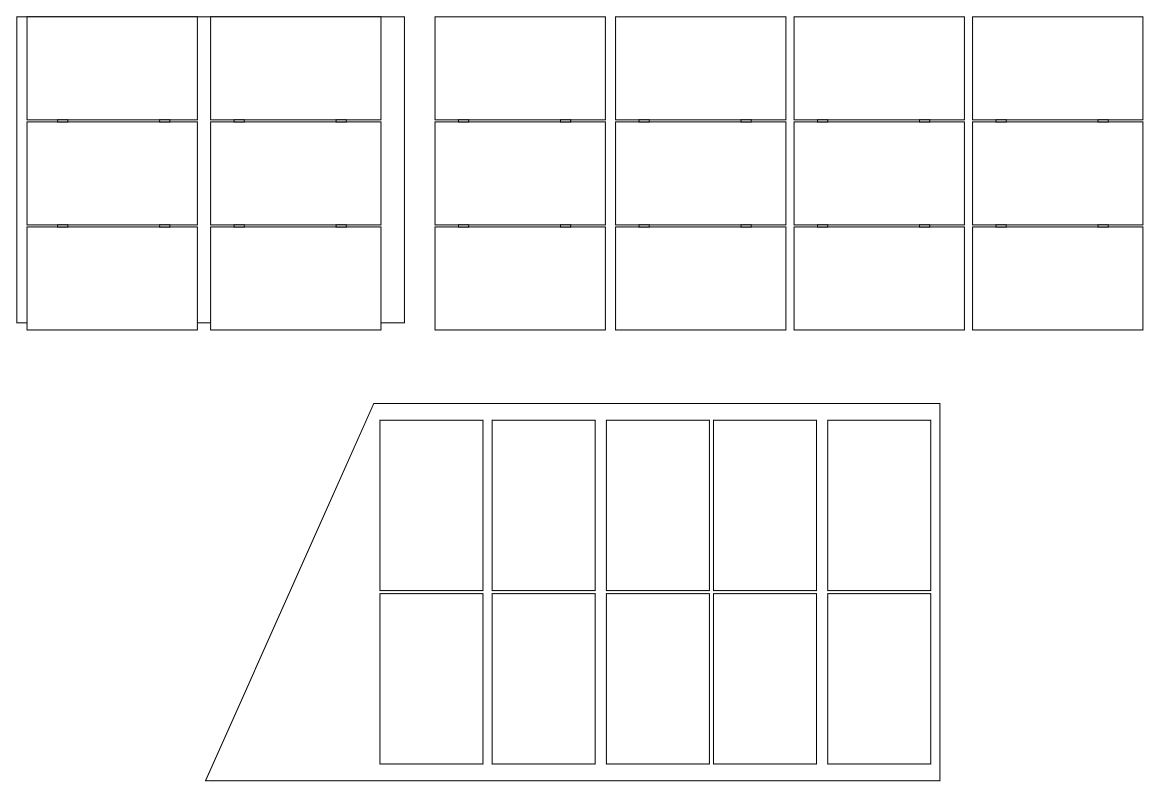
Before: Solar.drawio in BenjiU/Solar, a draw.io diagram. Source tidied: cells renumbered, new cells numbered last; positions are measured from the earlier drawing's top-left corner, leaving out a move shared by most shapes. Both pictures are drawn from the tidied source at 102%, with x=0, y=0 at pixel (16, 16).
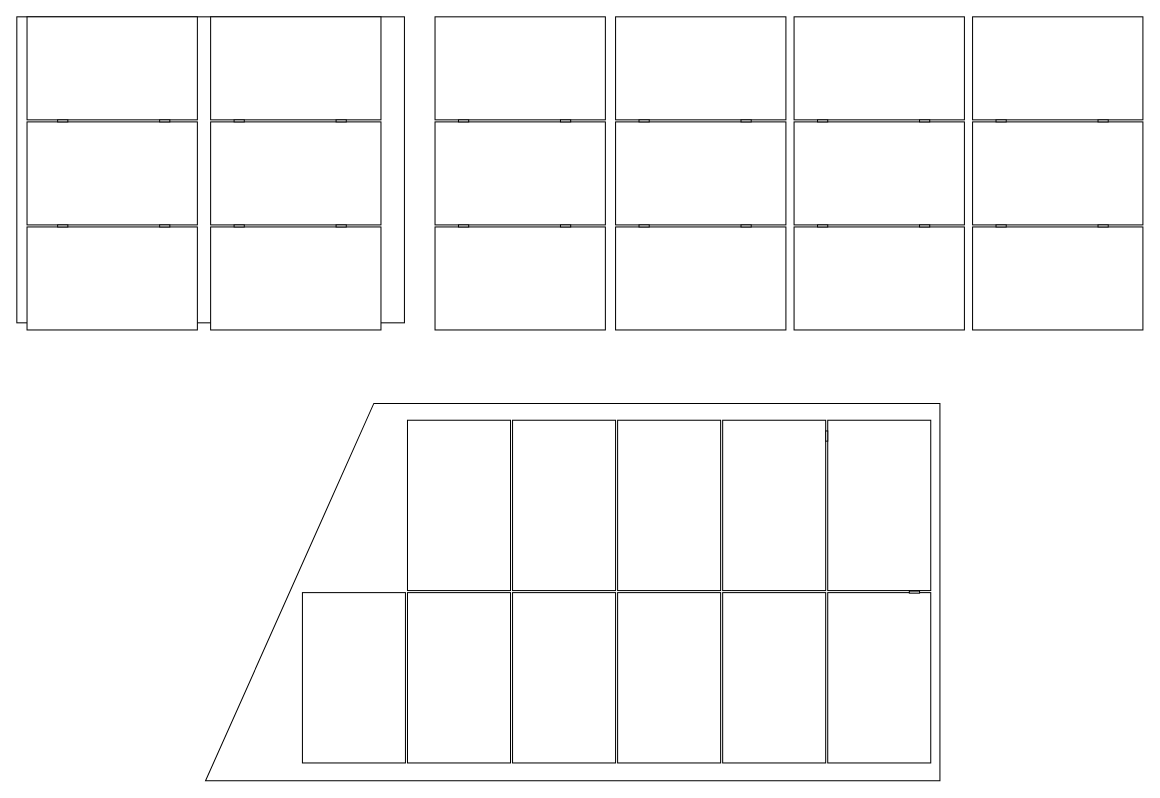
Above is the later version.

Commit message:
Garagendach belegt

What changed in the source:
```diff
@@
     <mxCell id="46" style="rounded=0;whiteSpace=wrap;html=1;strokeColor=default;fillColor=default;gradientColor=none;perimeterSpacing=0;rotation=90;" parent="1" vertex="1">
-      <mxGeometry x="762" y="598.5" width="167" height="101" as="geometry" />
+      <mxGeometry x="762" y="597.5" width="167" height="101" as="geometry" />
     </mxCell>
@@
     <mxCell id="48" style="rounded=0;whiteSpace=wrap;html=1;strokeColor=default;fillColor=default;gradientColor=none;perimeterSpacing=0;rotation=90;" parent="1" vertex="1">
-      <mxGeometry x="650" y="598.5" width="167" height="101" as="geometry" />
+      <mxGeometry x="659" y="597.5" width="167" height="101" as="geometry" />
     </mxCell>
     <mxCell id="49" style="rounded=0;whiteSpace=wrap;html=1;strokeColor=default;fillColor=default;gradientColor=none;perimeterSpacing=0;rotation=90;" parent="1" vertex="1">
-      <mxGeometry x="650" y="428.5" width="167" height="101" as="geometry" />
+      <mxGeometry x="659" y="428.5" width="167" height="101" as="geometry" />
     </mxCell>
     <mxCell id="50" style="rounded=0;whiteSpace=wrap;html=1;strokeColor=default;fillColor=default;gradientColor=none;perimeterSpacing=0;rotation=90;" parent="1" vertex="1">
-      <mxGeometry x="545" y="598.5" width="167" height="101" as="geometry" />
+      <mxGeometry x="556" y="597.5" width="167" height="101" as="geometry" />
     </mxCell>
     <mxCell id="51" style="rounded=0;whiteSpace=wrap;html=1;strokeColor=default;fillColor=default;gradientColor=none;perimeterSpacing=0;rotation=90;" parent="1" vertex="1">
-      <mxGeometry x="545" y="428.5" width="167" height="101" as="geometry" />
+      <mxGeometry x="556" y="428.5" width="167" height="101" as="geometry" />
     </mxCell>
     <mxCell id="52" style="rounded=0;whiteSpace=wrap;html=1;strokeColor=default;fillColor=default;gradientColor=none;perimeterSpacing=0;rotation=90;" parent="1" vertex="1">
-      <mxGeometry x="433" y="598.5" width="167" height="101" as="geometry" />
+      <mxGeometry x="453" y="597.5" width="167" height="101" as="geometry" />
     </mxCell>
     <mxCell id="53" style="rounded=0;whiteSpace=wrap;html=1;strokeColor=default;fillColor=default;gradientColor=none;perimeterSpacing=0;rotation=90;" parent="1" vertex="1">
-      <mxGeometry x="433" y="428.5" width="167" height="101" as="geometry" />
+      <mxGeometry x="453" y="428.5" width="167" height="101" as="geometry" />
     </mxCell>
     <mxCell id="54" style="rounded=0;whiteSpace=wrap;html=1;strokeColor=default;fillColor=default;gradientColor=none;perimeterSpacing=0;rotation=90;" parent="1" vertex="1">
-      <mxGeometry x="323" y="598.5" width="167" height="101" as="geometry" />
+      <mxGeometry x="350" y="597.5" width="167" height="101" as="geometry" />
     </mxCell>
     <mxCell id="55" style="rounded=0;whiteSpace=wrap;html=1;strokeColor=default;fillColor=default;gradientColor=none;perimeterSpacing=0;rotation=90;" parent="1" vertex="1">
-      <mxGeometry x="323" y="428.5" width="167" height="101" as="geometry" />
+      <mxGeometry x="350" y="428.5" width="167" height="101" as="geometry" />
     </mxCell>
+    <mxCell id="56" style="rounded=0;whiteSpace=wrap;html=1;rotation=90;" parent="1" vertex="1">
+      <mxGeometry x="789" y="410" width="10" height="2" as="geometry" />
+    </mxCell>
+    <mxCell id="57" style="rounded=0;whiteSpace=wrap;html=1;rotation=0;" parent="1" vertex="1">
+      <mxGeometry x="875" y="563" width="10" height="2" as="geometry" />
+    </mxCell>
+    <mxCell id="58" style="rounded=0;whiteSpace=wrap;html=1;strokeColor=default;fillColor=default;gradientColor=none;perimeterSpacing=0;rotation=90;" parent="1" vertex="1">
+      <mxGeometry x="247" y="597.5" width="167" height="101" as="geometry" />
+    </mxCell>
```
